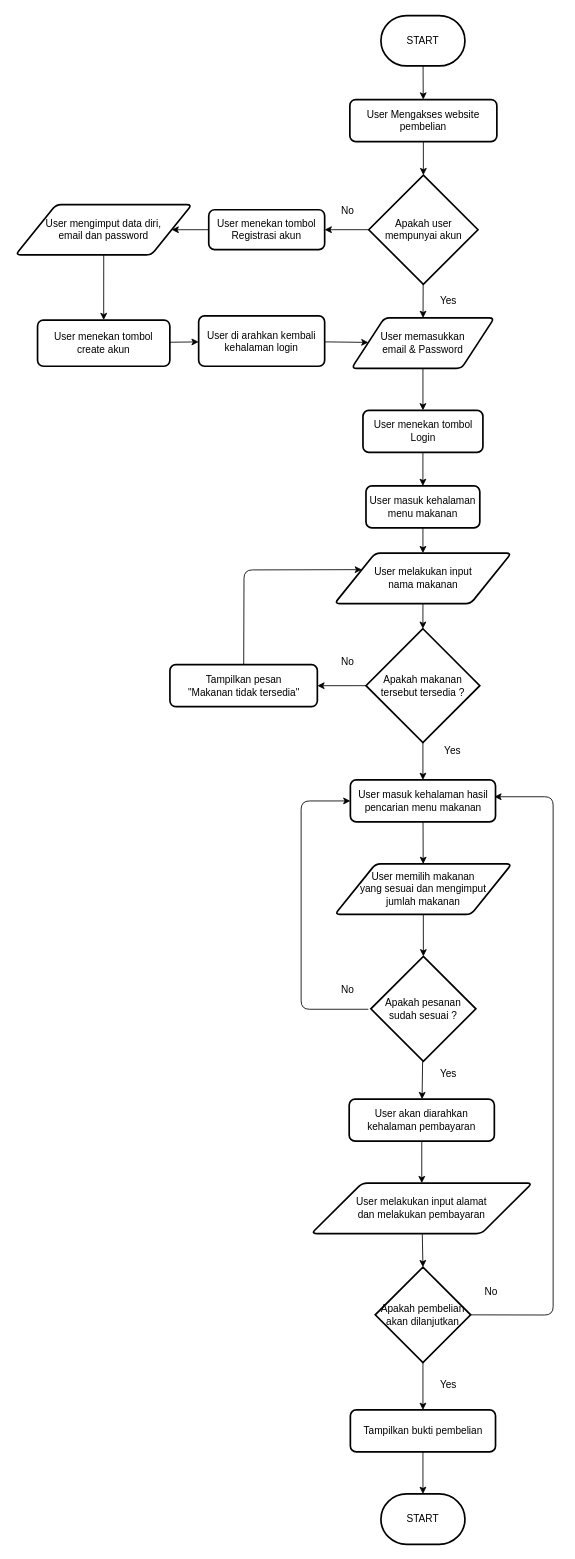
Before: flowchart.drawio in bintangmesir/bintang_mesir-proses_order_makanan_online, a draw.io diagram. Source tidied: cells renumbered, new cells numbered last; positions are measured from the earlier drawing's top-left corner, leaving out a move shared by most shapes. Both pictures are drawn from the tidied source at 84%, with x=0, y=0 at pixel (15, 15).
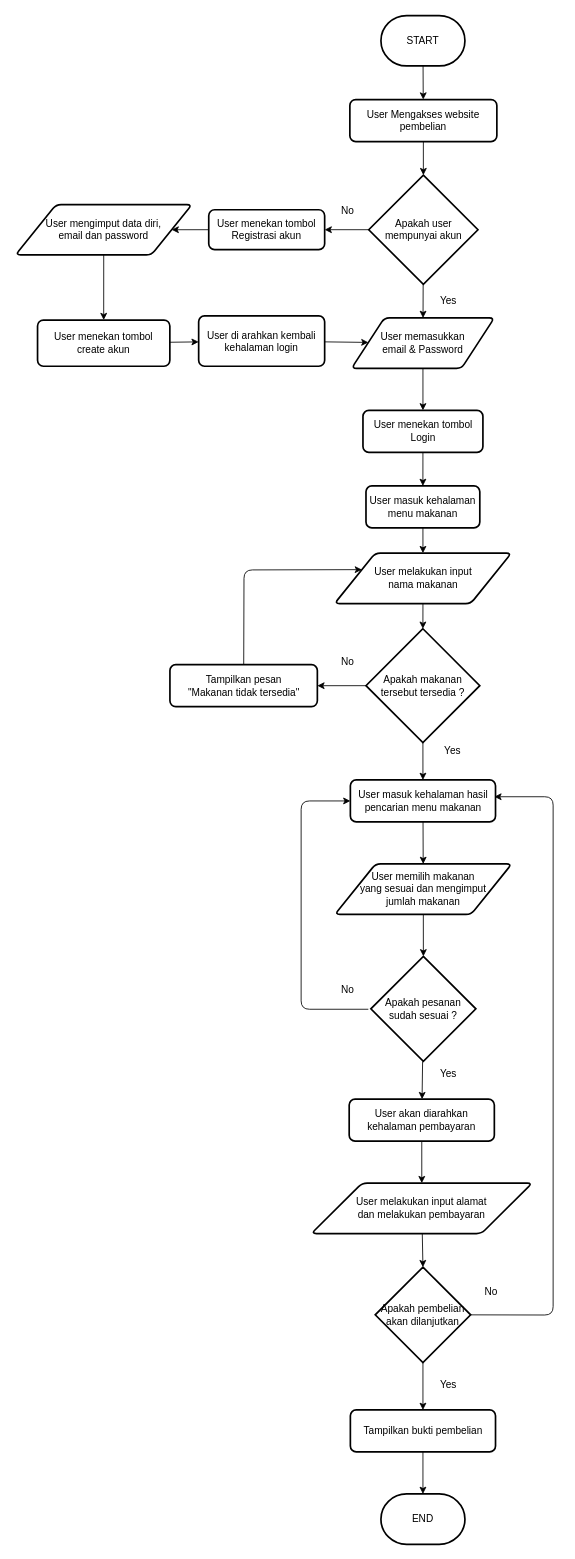
The same diagram, later.

What changed in the source:
```diff
@@
-    <mxCell id="54" value="START" style="strokeWidth=2;html=1;shape=mxgraph.flowchart.terminator;whiteSpace=wrap;" parent="1" vertex="1">
+    <mxCell id="54" value="END" style="strokeWidth=2;html=1;shape=mxgraph.flowchart.terminator;whiteSpace=wrap;" parent="1" vertex="1">
       <mxGeometry x="435" y="1760" width="100" height="60" as="geometry" />
     </mxCell>
```
